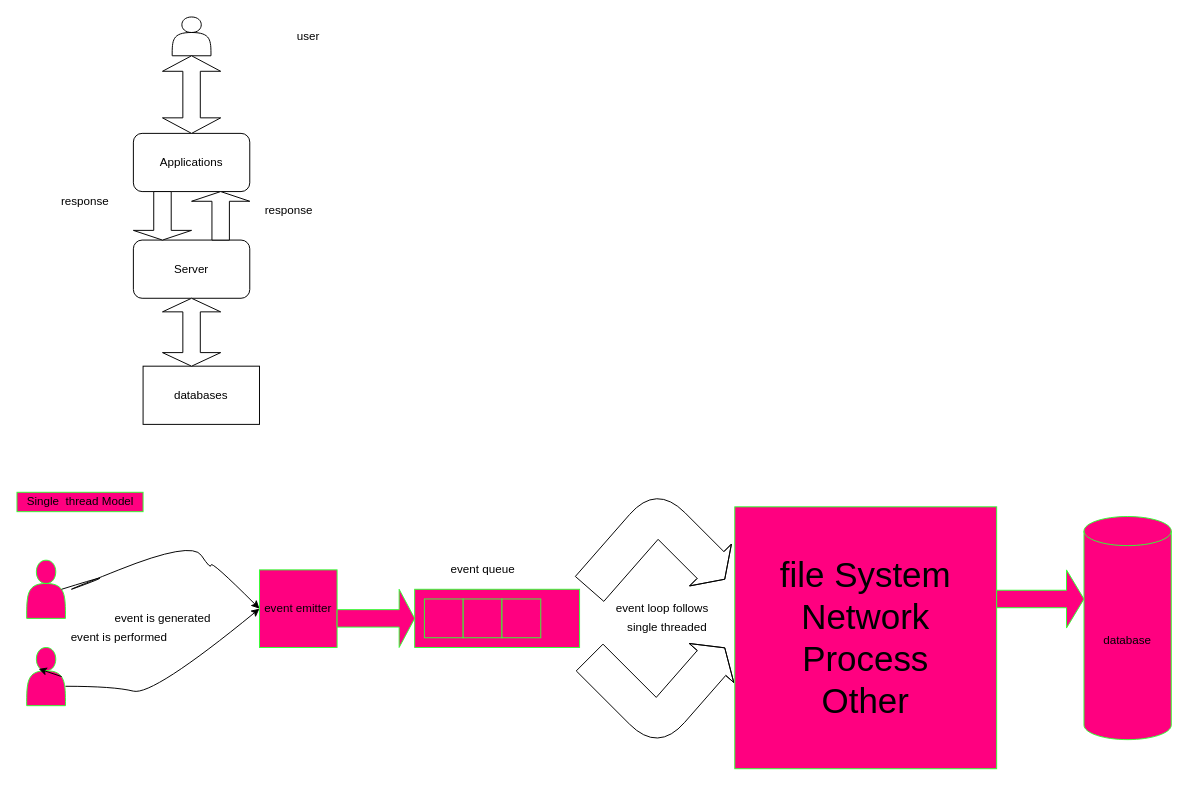
Earlier version of the draw.io diagram Node basics/1.dio (kodatinikhil/NodeLearnProject1). Source tidied: cells renumbered, new cells numbered last; positions are measured from the earlier drawing's top-left corner, leaving out a move shared by most shapes. Both pictures are drawn from the tidied source at 97%, with x=0, y=0 at pixel (16, 16).
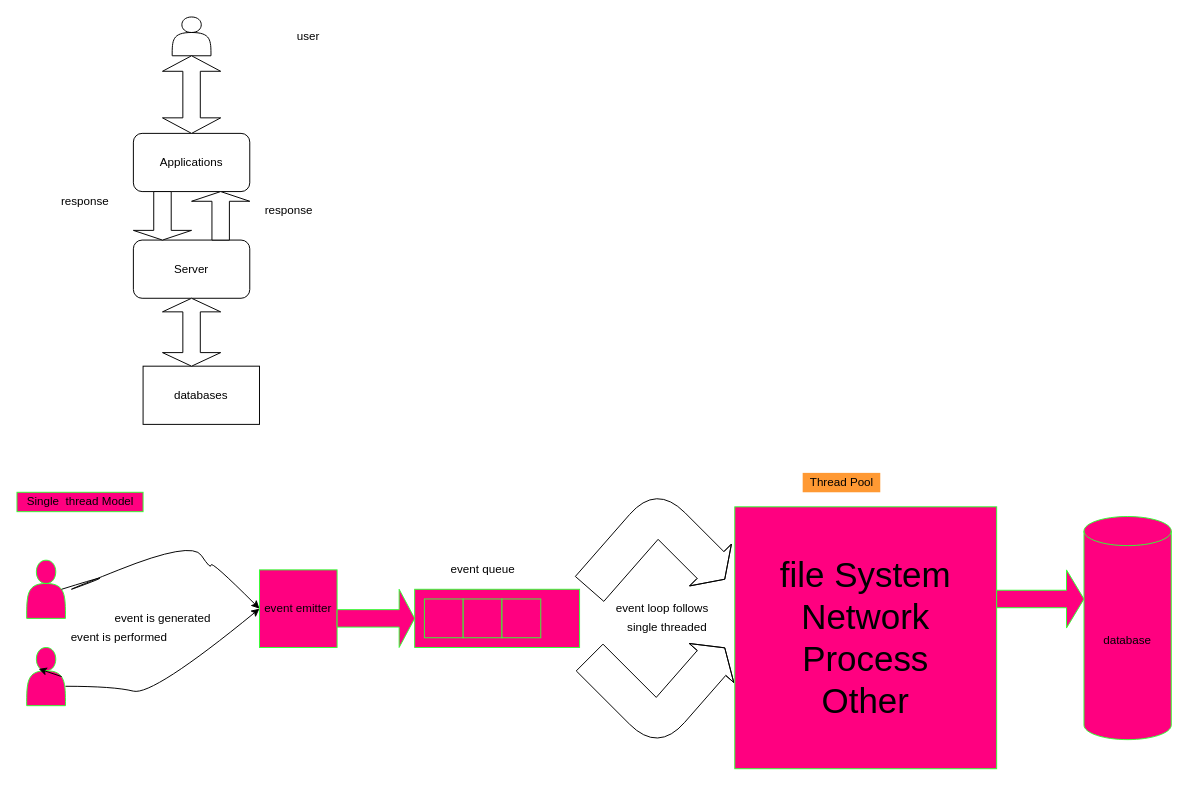
The same diagram, later.

Commit message (it also covers changes not shown here):
maxof three

Change to the diagram source:
```diff
@@
+    <mxCell id="35" value="Thread Pool" style="text;html=1;align=center;verticalAlign=middle;strokeColor=none;fillColor=#FF9933;" parent="1" vertex="1">
+      <mxGeometry x="810" y="470" width="80" height="20" as="geometry" />
+    </mxCell>
```
